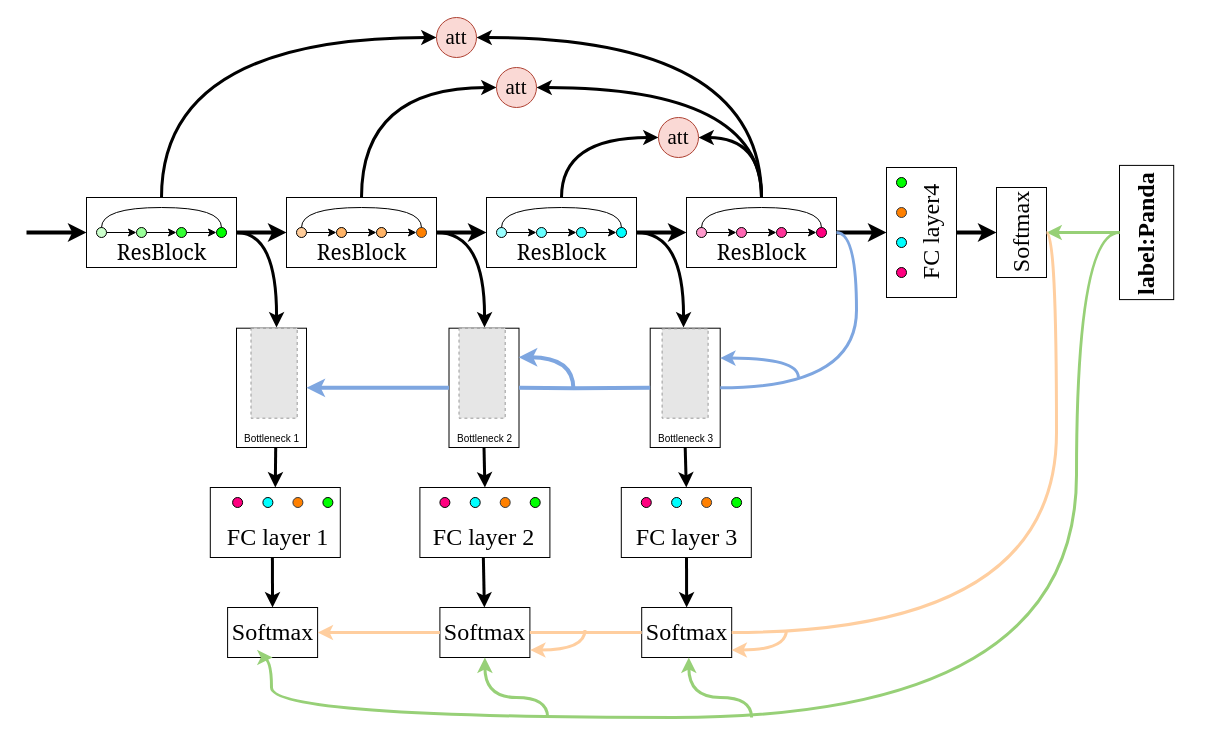
The draw.io diagram page "Page-5" (5 of 5) of RSKD/rskd.drawio in showstarpro/draw.io, before the edit. Source tidied: cells renumbered, new cells numbered last; positions are measured from the earlier drawing's top-left corner, leaving out a move shared by most shapes. Both pictures are drawn from the tidied source at 100%, with x=0, y=0 at pixel (26, 17). Pictures stored in the file or linked from it are replaced by grey dashed boxes.
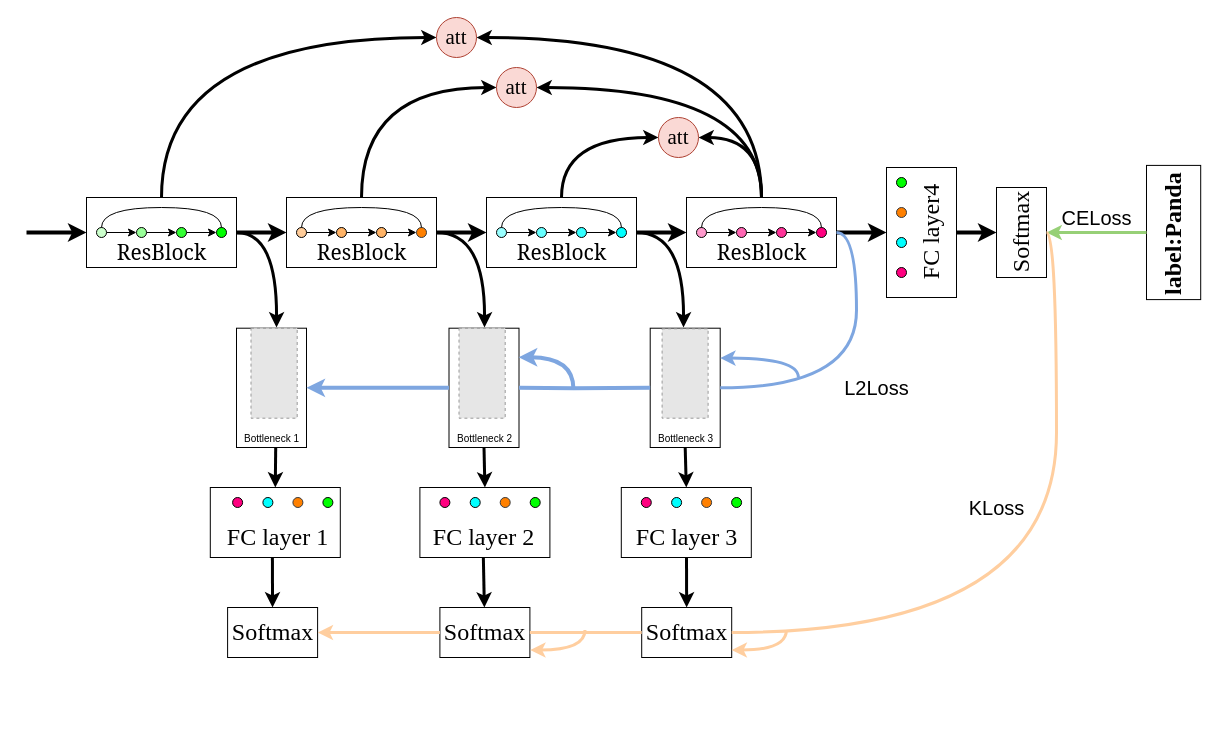
The same diagram, later.

The change refers to these unchanged cells:
```xml
<mxCell id="98" style="rounded=0;whiteSpace=wrap;html=1;fontFamily=Times New Roman;fontSize=21;align=center;rotation=90;" parent="1" vertex="1">
  <mxGeometry x="221.1" y="570" width="50" height="90" as="geometry" />
</mxCell>
<mxCell id="101" style="rounded=0;whiteSpace=wrap;html=1;fontFamily=Times New Roman;fontSize=21;align=center;rotation=90;" parent="1" vertex="1">
  <mxGeometry x="433.4" y="570" width="50" height="90" as="geometry" />
</mxCell>
```

What changed in the source:
```diff
@@
     <mxCell id="6" style="rounded=0;whiteSpace=wrap;html=1;fontFamily=Times New Roman;fontSize=21;align=center;rotation=-90;" parent="1" vertex="1">
-      <mxGeometry x="1053" y="187.9" width="134.2" height="54.2" as="geometry" />
+      <mxGeometry x="1080" y="187.9" width="134.2" height="54.2" as="geometry" />
     </mxCell>
@@
     <mxCell id="62" value="label:Panda" style="text;strokeColor=none;fillColor=none;html=1;fontSize=24;fontStyle=1;verticalAlign=middle;align=center;fontFamily=Times New Roman;rotation=-90;" parent="1" vertex="1">
-      <mxGeometry x="1066.9" y="192.1" width="106.3" height="50" as="geometry" />
+      <mxGeometry x="1093.9" y="192.1" width="106.3" height="50" as="geometry" />
     </mxCell>
@@
-    <mxCell id="112" style="edgeStyle=orthogonalEdgeStyle;jumpSize=6;jettySize=auto;html=1;fontFamily=Times New Roman;fontSize=21;endArrow=classic;endFill=1;endSize=6;strokeColor=#97D077;strokeWidth=3;fillColor=#000000;curved=1;exitX=0.5;exitY=0;exitDx=0;exitDy=0;entryX=1;entryY=0.5;entryDx=0;entryDy=0;" parent="1" edge="1" source="6" target="98">
-      <mxGeometry relative="1" as="geometry">
-        <Array as="points">
-          <mxPoint x="1050" y="215" />
-          <mxPoint x="1050" y="700" />
-          <mxPoint x="245" y="700" />
-          <mxPoint x="245" y="640" />
-        </Array>
-      </mxGeometry>
-    </mxCell>
-    <mxCell id="113" style="edgeStyle=orthogonalEdgeStyle;jumpSize=6;jettySize=auto;html=1;fontFamily=Times New Roman;fontSize=21;endArrow=classic;endFill=1;endSize=6;strokeColor=#97D077;strokeWidth=3;fillColor=#000000;curved=1;entryX=1;entryY=0.5;entryDx=0;entryDy=0;" parent="1" edge="1" target="101">
-      <mxGeometry relative="1" as="geometry">
-        <mxPoint x="521.2" y="700" as="sourcePoint" />
-        <Array as="points">
-          <mxPoint x="521.2" y="680" />
-          <mxPoint x="458.2" y="680" />
-        </Array>
-      </mxGeometry>
-    </mxCell>
-    <mxCell id="114" style="edgeStyle=orthogonalEdgeStyle;jumpSize=6;orthogonalLoop=1;jettySize=auto;html=1;fontFamily=Times New Roman;fontSize=21;endArrow=classic;endFill=1;endSize=6;strokeColor=#97D077;strokeWidth=3;fillColor=#000000;curved=1;entryX=1;entryY=0.5;entryDx=0;entryDy=0;" parent="1" edge="1">
-      <mxGeometry relative="1" as="geometry">
-        <mxPoint x="725.1" y="700" as="sourcePoint" />
-        <mxPoint x="662.3" y="640" as="targetPoint" />
-        <Array as="points">
-          <mxPoint x="725.1" y="680" />
-          <mxPoint x="662.1" y="680" />
-        </Array>
-      </mxGeometry>
-    </mxCell>
@@
+    <mxCell id="127" value="KLoss" style="text;strokeColor=none;fillColor=none;html=1;fontSize=20;fontStyle=0;verticalAlign=middle;align=center;" parent="1" vertex="1">
+      <mxGeometry x="920" y="470" width="100" height="40" as="geometry" />
+    </mxCell>
+    <mxCell id="128" value="L2Loss" style="text;strokeColor=none;fillColor=none;html=1;fontSize=20;fontStyle=0;verticalAlign=middle;align=center;" parent="1" vertex="1">
+      <mxGeometry x="800" y="350.4" width="100" height="40" as="geometry" />
+    </mxCell>
+    <mxCell id="129" value="CELoss" style="text;strokeColor=none;fillColor=none;html=1;fontSize=20;fontStyle=0;verticalAlign=middle;align=center;" parent="1" vertex="1">
+      <mxGeometry x="1020" y="180" width="100" height="40" as="geometry" />
+    </mxCell>
```
